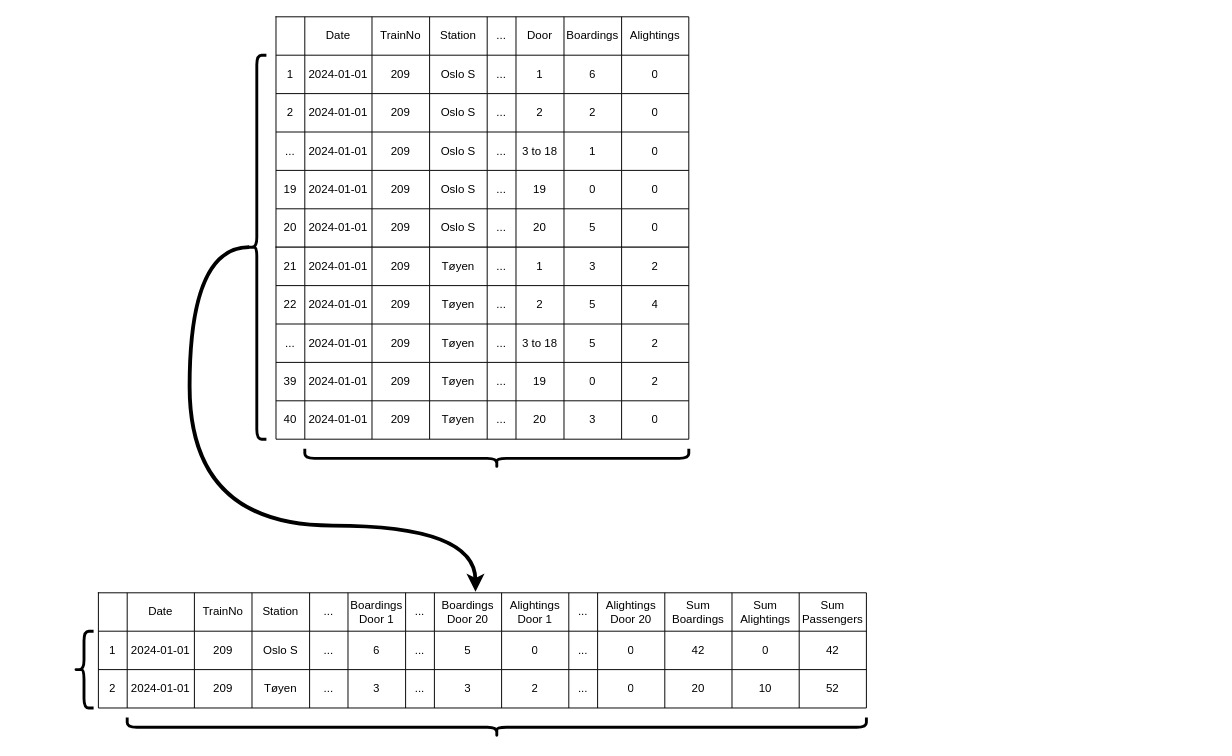
Above: page "Transformation" (3 of 3) of Untitled Diagram.drawio in andreasolborg/illustrations (draw.io), before the change. Source tidied: cells renumbered, new cells numbered last; positions are measured from the earlier drawing's top-left corner, leaving out a move shared by most shapes. Both pictures are drawn from the tidied source at 96%, with x=0, y=0 at pixel (74, 16).
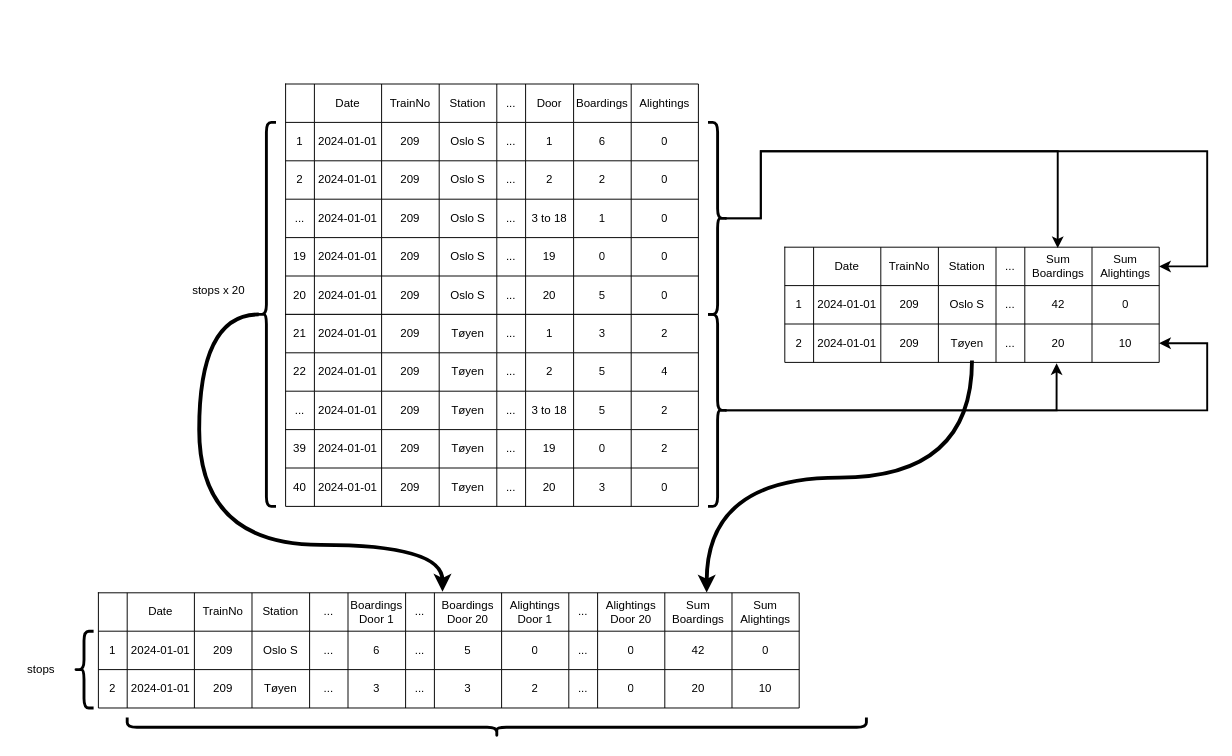
After the change.

The change refers to these unchanged cells:
```xml
<mxCell id="95" style="shape=tableRow;horizontal=0;startSize=0;swimlaneHead=0;swimlaneBody=0;strokeColor=inherit;top=0;left=0;bottom=0;right=0;fillColor=none;" parent="49" vertex="1">
  <mxGeometry y="200" width="430" height="40" as="geometry" />
</mxCell>
```

The edit, as a diff of the source:
```diff
@@
     <mxCell id="2" style="shape=table;startSize=0;childLayout=tableLayout;" parent="1" vertex="1">
-      <mxGeometry x="25" y="600" width="800" height="120" as="geometry" />
+      <mxGeometry x="25" y="600" width="730" height="120" as="geometry" />
     </mxCell>
     <mxCell id="3" style="shape=tableRow;horizontal=0;startSize=0;swimlaneHead=0;swimlaneBody=0;strokeColor=inherit;top=0;left=0;bottom=0;right=0;fillColor=none;points=[[0,0.5],[1,0.5]];portConstraint=eastwest;" parent="2" vertex="1">
-      <mxGeometry width="800" height="40" as="geometry" />
+      <mxGeometry width="730" height="40" as="geometry" />
     </mxCell>
@@
-    <mxCell id="17" value="Sum Passengers" style="shape=partialRectangle;html=1;whiteSpace=wrap;strokeColor=inherit;overflow=hidden;fillColor=none;top=0;left=0;bottom=0;right=0;" parent="3" vertex="1">
-      <mxGeometry x="730" width="70" height="40" as="geometry" />
-    </mxCell>
     <mxCell id="18" style="shape=tableRow;horizontal=0;startSize=0;swimlaneHead=0;swimlaneBody=0;strokeColor=inherit;top=0;left=0;bottom=0;right=0;fillColor=none;" parent="2" vertex="1">
-      <mxGeometry y="40" width="800" height="40" as="geometry" />
+      <mxGeometry y="40" width="730" height="40" as="geometry" />
     </mxCell>
@@
-    <mxCell id="32" value="42" style="shape=partialRectangle;html=1;whiteSpace=wrap;strokeColor=inherit;overflow=hidden;fillColor=none;top=0;left=0;bottom=0;right=0;" parent="18" vertex="1">
-      <mxGeometry x="730" width="70" height="40" as="geometry" />
-    </mxCell>
     <mxCell id="33" style="shape=tableRow;horizontal=0;startSize=0;swimlaneHead=0;swimlaneBody=0;strokeColor=inherit;top=0;left=0;bottom=0;right=0;fillColor=none;" parent="2" vertex="1">
-      <mxGeometry y="80" width="800" height="40" as="geometry" />
+      <mxGeometry y="80" width="730" height="40" as="geometry" />
     </mxCell>
@@
-    <mxCell id="47" value="52" style="shape=partialRectangle;html=1;whiteSpace=wrap;strokeColor=inherit;overflow=hidden;fillColor=none;top=0;left=0;bottom=0;right=0;" parent="33" vertex="1">
-      <mxGeometry x="730" width="70" height="40" as="geometry" />
-    </mxCell>
     <mxCell id="48" style="group;textShadow=0;strokeColor=none;glass=0;" parent="1" vertex="1">
-      <mxGeometry x="210" width="430" height="570" as="geometry" />
+      <mxGeometry x="220" y="70" width="430" height="570" as="geometry" />
     </mxCell>
@@
-    <mxCell id="103" value="0" style="shape=partialRectangle;html=1;whiteSpace=wrap;strokeColor=inherit;overflow=hidden;fillColor=none;top=0;left=0;bottom=0;right=0;" parent="95" vertex="1">
+    <mxCell id="103" value="0" style="shape=partialRectangle;html=1;whiteSpace=wrap;strokeColor=inherit;overflow=hidden;fillColor=none;top=0;left=0;bottom=0;right=0;shadow=0;" parent="95" vertex="1">
       <mxGeometry x="360" width="70" height="40" as="geometry" />
     </mxCell>
@@
-    <mxCell id="150" style="shape=curlyBracket;whiteSpace=wrap;html=1;rounded=1;labelPosition=left;verticalLabelPosition=middle;align=right;verticalAlign=middle;strokeWidth=3;direction=north;perimeterSpacing=0;" parent="48" vertex="1">
-      <mxGeometry x="30" y="450" width="400" height="20" as="geometry" />
-    </mxCell>
     <mxCell id="151" style="edgeStyle=orthogonalEdgeStyle;rounded=0;jettySize=auto;html=1;entryX=0.491;entryY=-0.027;entryDx=0;entryDy=0;entryPerimeter=0;exitX=0.1;exitY=0.5;exitDx=0;exitDy=0;curved=1;strokeWidth=4;exitPerimeter=0;" parent="1" edge="1" source="152" target="3">
       <mxGeometry relative="1" as="geometry">
         <Array as="points">
-          <mxPoint x="120" y="240" />
-          <mxPoint x="120" y="530" />
-          <mxPoint x="418" y="530" />
+          <mxPoint x="130" y="310" />
+          <mxPoint x="130" y="550" />
+          <mxPoint x="383" y="550" />
         </Array>
       </mxGeometry>
     </mxCell>
     <mxCell id="152" style="shape=curlyBracket;whiteSpace=wrap;html=1;rounded=1;labelPosition=left;verticalLabelPosition=middle;align=right;verticalAlign=middle;strokeWidth=3;perimeterSpacing=0;" parent="1" vertex="1">
-      <mxGeometry x="180" y="40" width="20" height="400" as="geometry" />
+      <mxGeometry x="190" y="110" width="20" height="400" as="geometry" />
     </mxCell>
@@
+    <mxCell id="155" value="stops x 20" style="text;html=1;align=center;verticalAlign=middle;strokeColor=none;fillColor=none;" parent="1" vertex="1">
+      <mxGeometry x="110" y="270" width="80" height="30" as="geometry" />
+    </mxCell>
+    <mxCell id="156" value="stops" style="text;html=1;align=center;verticalAlign=middle;strokeColor=none;fillColor=none;" parent="1" vertex="1">
+      <mxGeometry x="-60" y="665" width="50" height="30" as="geometry" />
+    </mxCell>
+    <mxCell id="157" style="shape=table;startSize=0;childLayout=tableLayout;" parent="1" vertex="1">
+      <mxGeometry x="740" y="240" width="390" height="120" as="geometry" />
+    </mxCell>
+    <mxCell id="158" style="shape=tableRow;horizontal=0;startSize=0;swimlaneHead=0;swimlaneBody=0;strokeColor=inherit;top=0;left=0;bottom=0;right=0;fillColor=none;points=[[0,0.5],[1,0.5]];portConstraint=eastwest;" parent="157" vertex="1">
+      <mxGeometry width="390" height="40" as="geometry" />
+    </mxCell>
+    <mxCell id="159" style="shape=partialRectangle;html=1;whiteSpace=wrap;strokeColor=inherit;overflow=hidden;fillColor=none;top=0;left=0;bottom=0;right=0;" parent="158" vertex="1">
+      <mxGeometry width="30" height="40" as="geometry" />
+    </mxCell>
+    <mxCell id="160" value="Date" style="shape=partialRectangle;html=1;whiteSpace=wrap;strokeColor=inherit;overflow=hidden;fillColor=none;top=0;left=0;bottom=0;right=0;" parent="158" vertex="1">
+      <mxGeometry x="30" width="70" height="40" as="geometry" />
+    </mxCell>
+    <mxCell id="161" value="TrainNo" style="shape=partialRectangle;html=1;whiteSpace=wrap;strokeColor=inherit;overflow=hidden;fillColor=none;top=0;left=0;bottom=0;right=0;" parent="158" vertex="1">
+      <mxGeometry x="100" width="60" height="40" as="geometry" />
+    </mxCell>
+    <mxCell id="162" value="Station" style="shape=partialRectangle;html=1;whiteSpace=wrap;strokeColor=inherit;overflow=hidden;fillColor=none;top=0;left=0;bottom=0;right=0;" parent="158" vertex="1">
+      <mxGeometry x="160" width="60" height="40" as="geometry" />
+    </mxCell>
+    <mxCell id="163" value="..." style="shape=partialRectangle;html=1;whiteSpace=wrap;strokeColor=inherit;overflow=hidden;fillColor=none;top=0;left=0;bottom=0;right=0;" parent="158" vertex="1">
+      <mxGeometry x="220" width="30" height="40" as="geometry" />
+    </mxCell>
+    <mxCell id="164" value="Sum Boardings" style="shape=partialRectangle;html=1;whiteSpace=wrap;strokeColor=inherit;overflow=hidden;fillColor=none;top=0;left=0;bottom=0;right=0;" parent="158" vertex="1">
+      <mxGeometry x="250" width="70" height="40" as="geometry" />
+    </mxCell>
+    <mxCell id="165" value="Sum Alightings" style="shape=partialRectangle;html=1;whiteSpace=wrap;strokeColor=inherit;overflow=hidden;fillColor=none;top=0;left=0;bottom=0;right=0;" parent="158" vertex="1">
+      <mxGeometry x="320" width="70" height="40" as="geometry" />
+    </mxCell>
+    <mxCell id="166" style="shape=tableRow;horizontal=0;startSize=0;swimlaneHead=0;swimlaneBody=0;strokeColor=inherit;top=0;left=0;bottom=0;right=0;fillColor=none;" parent="157" vertex="1">
+      <mxGeometry y="40" width="390" height="40" as="geometry" />
+    </mxCell>
+    <mxCell id="167" value="1" style="shape=partialRectangle;html=1;whiteSpace=wrap;strokeColor=inherit;overflow=hidden;fillColor=none;top=0;left=0;bottom=0;right=0;" parent="166" vertex="1">
+      <mxGeometry width="30" height="40" as="geometry" />
+    </mxCell>
+    <mxCell id="168" value="2024-01-01" style="shape=partialRectangle;html=1;whiteSpace=wrap;strokeColor=inherit;overflow=hidden;fillColor=none;top=0;left=0;bottom=0;right=0;" parent="166" vertex="1">
+      <mxGeometry x="30" width="70" height="40" as="geometry" />
+    </mxCell>
+    <mxCell id="169" value="209" style="shape=partialRectangle;html=1;whiteSpace=wrap;strokeColor=inherit;overflow=hidden;fillColor=none;top=0;left=0;bottom=0;right=0;" parent="166" vertex="1">
+      <mxGeometry x="100" width="60" height="40" as="geometry" />
+    </mxCell>
+    <mxCell id="170" value="Oslo S" style="shape=partialRectangle;html=1;whiteSpace=wrap;strokeColor=inherit;overflow=hidden;fillColor=none;top=0;left=0;bottom=0;right=0;" parent="166" vertex="1">
+      <mxGeometry x="160" width="60" height="40" as="geometry" />
+    </mxCell>
+    <mxCell id="171" value="..." style="shape=partialRectangle;html=1;whiteSpace=wrap;strokeColor=inherit;overflow=hidden;fillColor=none;top=0;left=0;bottom=0;right=0;" parent="166" vertex="1">
+      <mxGeometry x="220" width="30" height="40" as="geometry" />
+    </mxCell>
+    <mxCell id="32" value="42" style="shape=partialRectangle;html=1;whiteSpace=wrap;strokeColor=inherit;overflow=hidden;fillColor=none;top=0;left=0;bottom=0;right=0;" parent="166" vertex="1">
+      <mxGeometry x="250" width="70" height="40" as="geometry" />
+    </mxCell>
+    <mxCell id="172" value="0" style="shape=partialRectangle;html=1;whiteSpace=wrap;strokeColor=inherit;overflow=hidden;fillColor=none;top=0;left=0;bottom=0;right=0;" parent="166" vertex="1">
+      <mxGeometry x="320" width="70" height="40" as="geometry" />
+    </mxCell>
+    <mxCell id="173" style="shape=tableRow;horizontal=0;startSize=0;swimlaneHead=0;swimlaneBody=0;strokeColor=inherit;top=0;left=0;bottom=0;right=0;fillColor=none;points=[[0,0.5],[1,0.5]];portConstraint=eastwest;" parent="157" vertex="1">
+      <mxGeometry y="80" width="390" height="40" as="geometry" />
+    </mxCell>
+    <mxCell id="174" value="2" style="shape=partialRectangle;html=1;whiteSpace=wrap;strokeColor=inherit;overflow=hidden;fillColor=none;top=0;left=0;bottom=0;right=0;" parent="173" vertex="1">
+      <mxGeometry width="30" height="40" as="geometry" />
+    </mxCell>
+    <mxCell id="175" value="2024-01-01" style="shape=partialRectangle;html=1;whiteSpace=wrap;strokeColor=inherit;overflow=hidden;fillColor=none;top=0;left=0;bottom=0;right=0;" parent="173" vertex="1">
+      <mxGeometry x="30" width="70" height="40" as="geometry" />
+    </mxCell>
+    <mxCell id="176" value="209" style="shape=partialRectangle;html=1;whiteSpace=wrap;strokeColor=inherit;overflow=hidden;fillColor=none;top=0;left=0;bottom=0;right=0;" parent="173" vertex="1">
+      <mxGeometry x="100" width="60" height="40" as="geometry" />
+    </mxCell>
+    <mxCell id="177" value="Tøyen" style="shape=partialRectangle;html=1;whiteSpace=wrap;strokeColor=inherit;overflow=hidden;fillColor=none;top=0;left=0;bottom=0;right=0;" parent="173" vertex="1">
+      <mxGeometry x="160" width="60" height="40" as="geometry" />
+    </mxCell>
+    <mxCell id="178" value="..." style="shape=partialRectangle;html=1;whiteSpace=wrap;strokeColor=inherit;overflow=hidden;fillColor=none;top=0;left=0;bottom=0;right=0;" parent="173" vertex="1">
+      <mxGeometry x="220" width="30" height="40" as="geometry" />
+    </mxCell>
+    <mxCell id="179" value="20" style="shape=partialRectangle;html=1;whiteSpace=wrap;strokeColor=inherit;overflow=hidden;fillColor=none;top=0;left=0;bottom=0;right=0;" parent="173" vertex="1">
+      <mxGeometry x="250" width="70" height="40" as="geometry" />
+    </mxCell>
+    <mxCell id="180" value="10" style="shape=partialRectangle;html=1;whiteSpace=wrap;strokeColor=inherit;overflow=hidden;fillColor=none;top=0;left=0;bottom=0;right=0;" parent="173" vertex="1">
+      <mxGeometry x="320" width="70" height="40" as="geometry" />
+    </mxCell>
+    <mxCell id="181" style="edgeStyle=orthogonalEdgeStyle;rounded=0;jettySize=auto;html=1;exitX=0.5;exitY=0.95;exitDx=0;exitDy=0;entryX=0.868;entryY=-0.006;entryDx=0;entryDy=0;entryPerimeter=0;curved=1;exitPerimeter=0;strokeWidth=4;" parent="1" edge="1" source="173" target="3">
+      <mxGeometry relative="1" as="geometry">
+        <Array as="points">
+          <mxPoint x="935" y="480" />
+          <mxPoint x="659" y="480" />
+        </Array>
+      </mxGeometry>
+    </mxCell>
+    <mxCell id="182" style="shape=curlyBracket;whiteSpace=wrap;html=1;rounded=1;flipH=1;labelPosition=right;verticalLabelPosition=middle;align=left;verticalAlign=middle;strokeWidth=3;" parent="1" vertex="1">
+      <mxGeometry x="660" y="110" width="20" height="200" as="geometry" />
+    </mxCell>
+    <mxCell id="183" style="shape=curlyBracket;whiteSpace=wrap;html=1;rounded=1;flipH=1;labelPosition=right;verticalLabelPosition=middle;align=left;verticalAlign=middle;strokeWidth=3;" parent="1" vertex="1">
+      <mxGeometry x="660" y="310" width="20" height="200" as="geometry" />
+    </mxCell>
+    <mxCell id="184" style="edgeStyle=orthogonalEdgeStyle;rounded=0;jettySize=auto;html=1;exitX=0.1;exitY=0.5;exitDx=0;exitDy=0;exitPerimeter=0;entryX=0.729;entryY=0.024;entryDx=0;entryDy=0;entryPerimeter=0;strokeWidth=2;" parent="1" edge="1" source="182" target="158">
+      <mxGeometry relative="1" as="geometry">
+        <Array as="points">
+          <mxPoint x="715" y="210" />
+          <mxPoint x="715" y="140" />
+          <mxPoint x="1024" y="140" />
+        </Array>
+      </mxGeometry>
+    </mxCell>
+    <mxCell id="185" style="edgeStyle=orthogonalEdgeStyle;rounded=0;jettySize=auto;html=1;exitX=0.1;exitY=0.5;exitDx=0;exitDy=0;exitPerimeter=0;entryX=1;entryY=0.5;entryDx=0;entryDy=0;strokeWidth=2;" parent="1" edge="1" source="182" target="158">
+      <mxGeometry relative="1" as="geometry">
+        <Array as="points">
+          <mxPoint x="715" y="210" />
+          <mxPoint x="715" y="140" />
+          <mxPoint x="1180" y="140" />
+          <mxPoint x="1180" y="260" />
+        </Array>
+      </mxGeometry>
+    </mxCell>
+    <mxCell id="186" style="edgeStyle=orthogonalEdgeStyle;rounded=0;jettySize=auto;html=1;exitX=0.1;exitY=0.5;exitDx=0;exitDy=0;exitPerimeter=0;entryX=1;entryY=0.5;entryDx=0;entryDy=0;strokeWidth=2;" parent="1" edge="1" source="183" target="173">
+      <mxGeometry relative="1" as="geometry">
+        <Array as="points">
+          <mxPoint x="1180" y="410" />
+          <mxPoint x="1180" y="340" />
+        </Array>
+      </mxGeometry>
+    </mxCell>
+    <mxCell id="187" style="edgeStyle=orthogonalEdgeStyle;rounded=0;jettySize=auto;html=1;exitX=0.1;exitY=0.5;exitDx=0;exitDy=0;exitPerimeter=0;entryX=0.726;entryY=1.024;entryDx=0;entryDy=0;entryPerimeter=0;strokeWidth=2;" parent="1" edge="1" source="183" target="173">
+      <mxGeometry relative="1" as="geometry">
+        <Array as="points">
+          <mxPoint x="1023" y="410" />
+        </Array>
+      </mxGeometry>
+    </mxCell>
```
